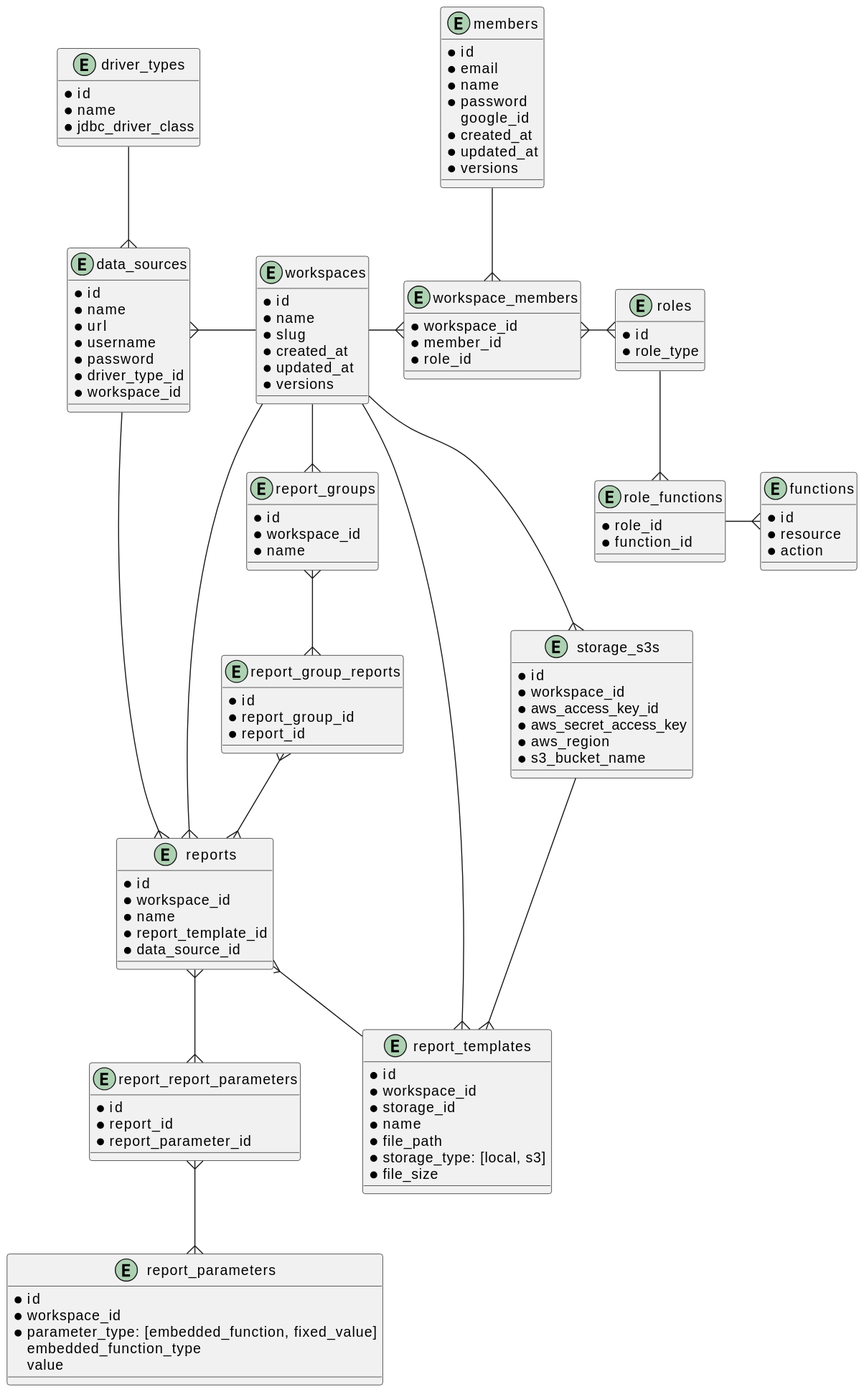
Earlier version of the PlantUML export docs/db/diagram.svg (ijufumi/openreports-api).
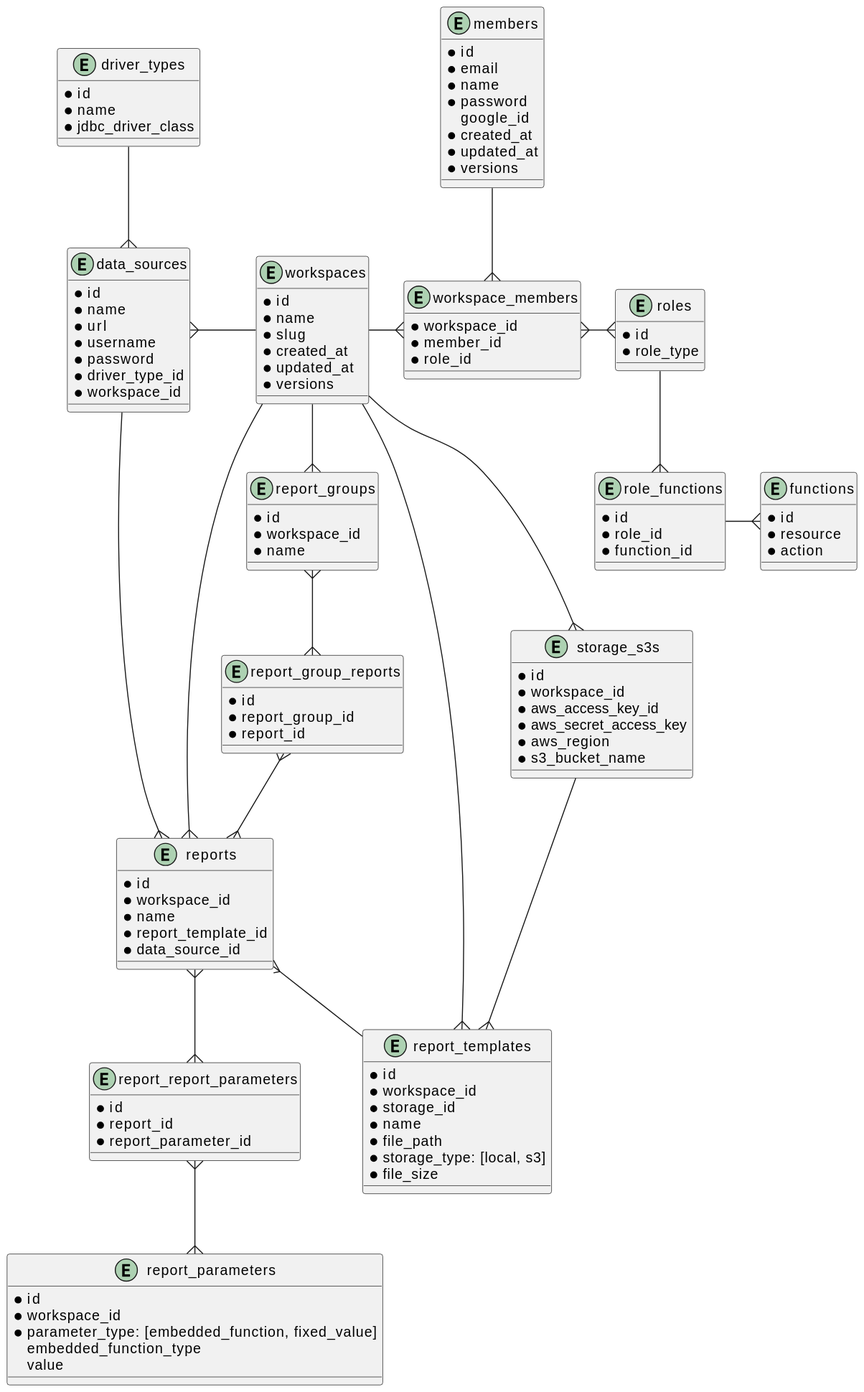
The same diagram one commit later.

What changed in the source:
```diff
@@ -37,6 +37,7 @@
 }
 
 entity role_functions {
+  * id
   * role_id
   * function_id
 }
```
